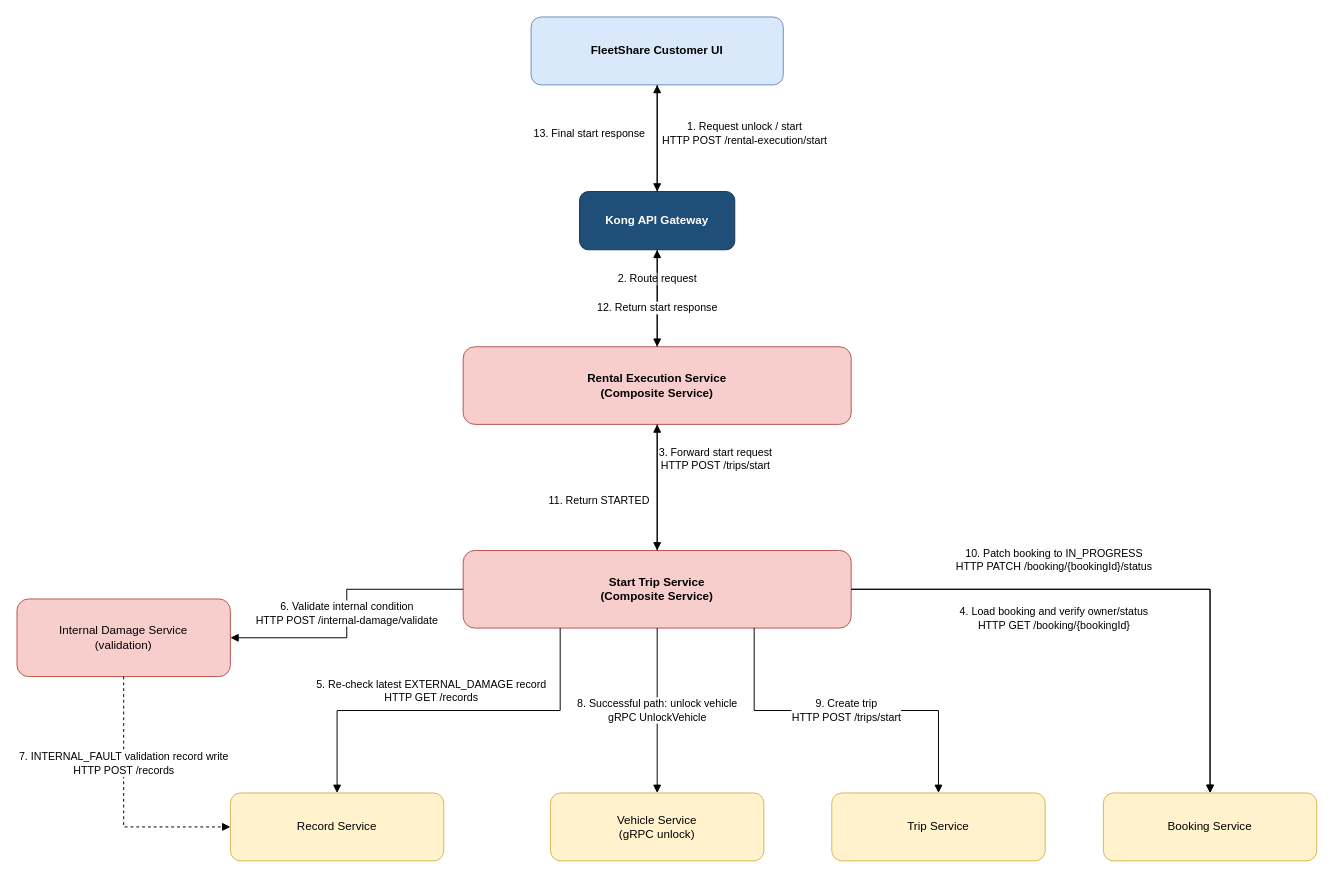
srikartejab/fleetshare keeps this draw.io diagram as docs/report/us2b-start-trip.drawio. Above is the earlier version. Source tidied: cells renumbered, new cells numbered last; positions are measured from the earlier drawing's top-left corner, leaving out a move shared by most shapes. Both pictures are drawn from the tidied source at 97%, with x=0, y=0 at pixel (16, 16).
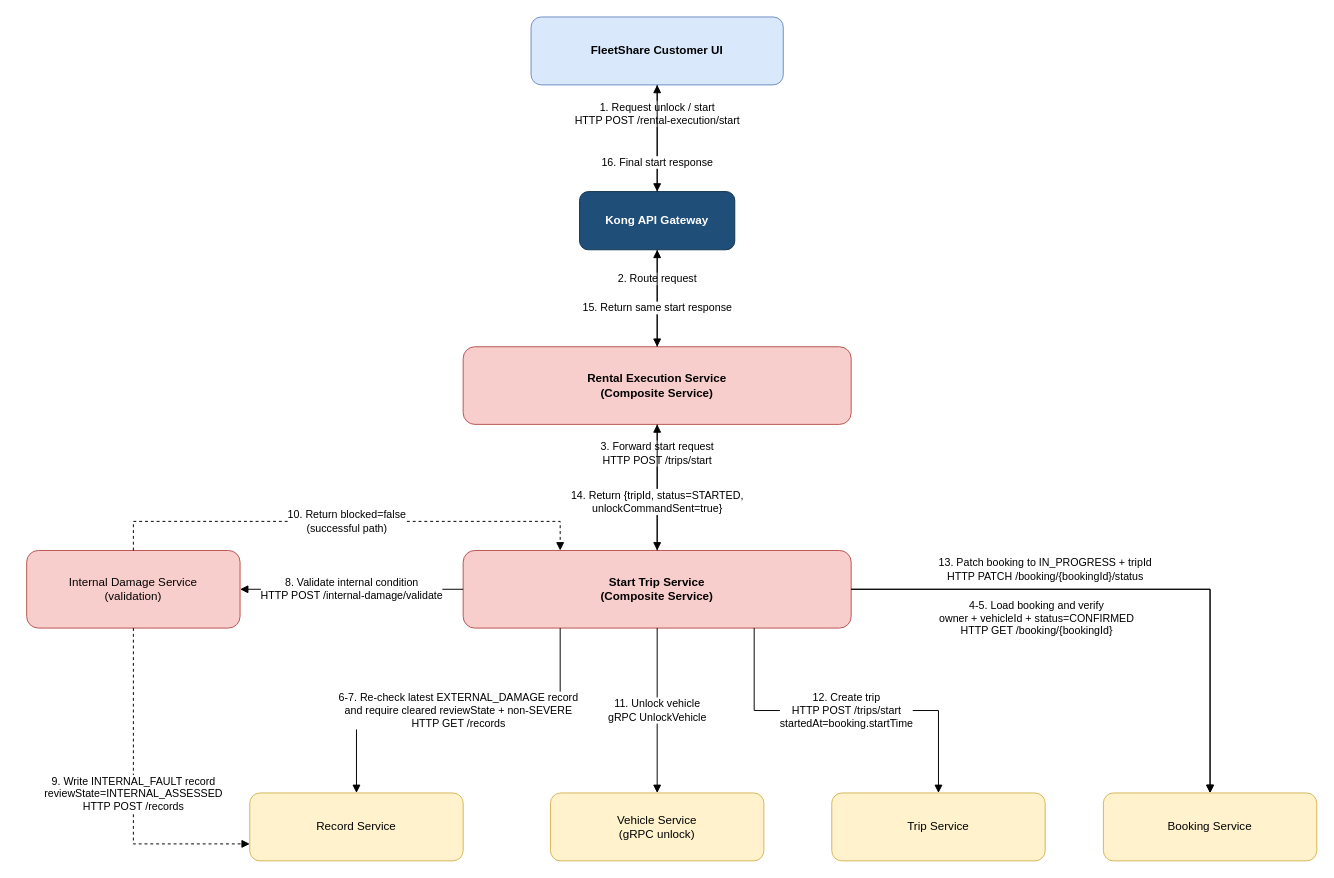
Above is the later version.

Unchanged cells that the change refers to:
```xml
<mxCell id="2" value="FleetShare Customer UI" style="rounded=1;whiteSpace=wrap;html=1;fillColor=#dae8fc;strokeColor=#6c8ebf;fontStyle=1;" parent="1" vertex="1">
  <mxGeometry x="530" width="260" height="70" as="geometry" />
</mxCell>
<mxCell id="3" value="Kong API Gateway" style="rounded=1;whiteSpace=wrap;html=1;fillColor=#1f4e79;strokeColor=#12344d;fontColor=#ffffff;fontStyle=1;" parent="1" vertex="1">
  <mxGeometry x="580" y="180" width="160" height="60" as="geometry" />
</mxCell>
<mxCell id="4" value="Rental Execution Service&#10;(Composite Service)" style="rounded=1;whiteSpace=wrap;html=1;fillColor=#f8cecc;strokeColor=#b85450;fontStyle=1;" parent="1" vertex="1">
  <mxGeometry x="460" y="340" width="400" height="80" as="geometry" />
</mxCell>
<mxCell id="5" value="Start Trip Service&#10;(Composite Service)" style="rounded=1;whiteSpace=wrap;html=1;fillColor=#f8cecc;strokeColor=#b85450;fontStyle=1;" parent="1" vertex="1">
  <mxGeometry x="460" y="550" width="400" height="80" as="geometry" />
</mxCell>
<mxCell id="8" value="Vehicle Service&#10;(gRPC unlock)" style="rounded=1;whiteSpace=wrap;html=1;fillColor=#fff2cc;strokeColor=#d6b656;" parent="1" vertex="1">
  <mxGeometry x="550" y="800" width="220" height="70" as="geometry" />
</mxCell>
<mxCell id="9" value="Trip Service" style="rounded=1;whiteSpace=wrap;html=1;fillColor=#fff2cc;strokeColor=#d6b656;" parent="1" vertex="1">
  <mxGeometry x="840" y="800" width="220" height="70" as="geometry" />
</mxCell>
<mxCell id="10" value="Booking Service" style="rounded=1;whiteSpace=wrap;html=1;fillColor=#fff2cc;strokeColor=#d6b656;" parent="1" vertex="1">
  <mxGeometry x="1120" y="800" width="220" height="70" as="geometry" />
</mxCell>
```

Diff of the diagram source:
```diff
@@
+    <mxCell id="7" value="Internal Damage Service&#10;(validation)" style="rounded=1;whiteSpace=wrap;html=1;fillColor=#f8cecc;strokeColor=#b85450;" parent="1" vertex="1">
+      <mxGeometry x="10" y="550" width="220" height="80" as="geometry" />
+    </mxCell>
     <mxCell id="6" value="Record Service" style="rounded=1;whiteSpace=wrap;html=1;fillColor=#fff2cc;strokeColor=#d6b656;" parent="1" vertex="1">
-      <mxGeometry x="220" y="800" width="220" height="70" as="geometry" />
+      <mxGeometry x="240" y="800" width="220" height="70" as="geometry" />
     </mxCell>
-    <mxCell id="7" value="Internal Damage Service&#10;(validation)" style="rounded=1;whiteSpace=wrap;html=1;fillColor=#f8cecc;strokeColor=#b85450;" parent="1" vertex="1">
-      <mxGeometry y="600" width="220" height="80" as="geometry" />
-    </mxCell>
@@
     <mxCell id="11" value="1. Request unlock / start&#10;HTTP POST /rental-execution/start" style="edgeStyle=orthogonalEdgeStyle;rounded=0;html=1;endArrow=block;endFill=1;" parent="1" edge="1" source="2" target="3">
-      <mxGeometry x="-0.09" y="90" relative="1" as="geometry" />
+      <mxGeometry x="-0.45" relative="1" as="geometry" />
     </mxCell>
@@
     <mxCell id="13" value="3. Forward start request&#10;HTTP POST /trips/start" style="edgeStyle=orthogonalEdgeStyle;rounded=0;html=1;endArrow=block;endFill=1;" parent="1" edge="1" source="4" target="5">
-      <mxGeometry x="-0.44" y="60" relative="1" as="geometry" />
+      <mxGeometry x="-0.54" relative="1" as="geometry" />
     </mxCell>
-    <mxCell id="14" value="4. Load booking and verify owner/status&#10;HTTP GET /booking/{bookingId}" style="edgeStyle=orthogonalEdgeStyle;rounded=0;html=1;endArrow=block;endFill=1;exitX=1;exitY=0.5;exitDx=0;exitDy=0;" parent="1" edge="1" source="5" target="10">
-      <mxGeometry x="-0.28" y="-30" relative="1" as="geometry" />
+    <mxCell id="14" value="4-5. Load booking and verify&#10;owner + vehicleId + status=CONFIRMED&#10;HTTP GET /booking/{bookingId}" style="edgeStyle=orthogonalEdgeStyle;rounded=0;html=1;endArrow=block;endFill=1;exitX=1;exitY=0.5;exitDx=0;exitDy=0;" parent="1" edge="1" source="5" target="10">
+      <mxGeometry x="-0.34" y="-30" relative="1" as="geometry" />
     </mxCell>
-    <mxCell id="15" value="5. Re-check latest EXTERNAL_DAMAGE record&#10;HTTP GET /records" style="edgeStyle=orthogonalEdgeStyle;rounded=0;html=1;endArrow=block;endFill=1;exitX=0.25;exitY=1;exitDx=0;exitDy=0;" parent="1" edge="1" source="5" target="6">
-      <mxGeometry x="0.09" y="-20" relative="1" as="geometry" />
+    <mxCell id="15" value="6-7. Re-check latest EXTERNAL_DAMAGE record&#10;and require cleared reviewState + non-SEVERE&#10;HTTP GET /records" style="edgeStyle=orthogonalEdgeStyle;rounded=0;html=1;endArrow=block;endFill=1;exitX=0.25;exitY=1;exitDx=0;exitDy=0;" parent="1" edge="1" source="5" target="6">
+      <mxGeometry relative="1" as="geometry" />
     </mxCell>
-    <mxCell id="16" value="6. Validate internal condition&#10;HTTP POST /internal-damage/validate" style="edgeStyle=orthogonalEdgeStyle;rounded=0;html=1;endArrow=block;endFill=1;" parent="1" edge="1" source="5" target="7">
+    <mxCell id="16" value="8. Validate internal condition&#10;HTTP POST /internal-damage/validate" style="edgeStyle=orthogonalEdgeStyle;rounded=0;html=1;endArrow=block;endFill=1;" parent="1" edge="1" source="5" target="7">
       <mxGeometry relative="1" as="geometry" />
     </mxCell>
-    <mxCell id="17" value="7. INTERNAL_FAULT validation record write&#10;HTTP POST /records" style="edgeStyle=orthogonalEdgeStyle;rounded=0;html=1;endArrow=block;endFill=1;dashed=1;entryX=0;entryY=0.5;entryDx=0;entryDy=0;" parent="1" edge="1" source="7" target="6">
-      <mxGeometry x="-0.32" relative="1" as="geometry" />
+    <mxCell id="17" value="9. Write INTERNAL_FAULT record&#10;reviewState=INTERNAL_ASSESSED&#10;HTTP POST /records" style="edgeStyle=orthogonalEdgeStyle;rounded=0;html=1;endArrow=block;endFill=1;dashed=1;entryX=0;entryY=0.75;entryDx=0;entryDy=0;exitX=0.5;exitY=1;exitDx=0;exitDy=0;" parent="1" edge="1" source="7" target="6">
+      <mxGeometry relative="1" as="geometry" />
     </mxCell>
-    <mxCell id="18" value="8. Successful path: unlock vehicle&#10;gRPC UnlockVehicle" style="edgeStyle=orthogonalEdgeStyle;rounded=0;html=1;endArrow=block;endFill=1;exitX=0.5;exitY=1;exitDx=0;exitDy=0;" parent="1" edge="1" source="5" target="8">
-      <mxGeometry relative="1" as="geometry" />
+    <mxCell id="18" value="10. Return blocked=false&#10;(successful path)" style="edgeStyle=orthogonalEdgeStyle;rounded=0;html=1;endArrow=block;endFill=1;dashed=1;entryX=0.25;entryY=0;entryDx=0;entryDy=0;exitX=0.5;exitY=0;exitDx=0;exitDy=0;" parent="1" edge="1" source="7" target="5">
+      <mxGeometry relative="1" as="geometry">
+        <Array as="points">
+          <mxPoint x="120" y="520" />
+          <mxPoint x="560" y="520" />
+        </Array>
+      </mxGeometry>
     </mxCell>
-    <mxCell id="19" value="9. Create trip&#10;HTTP POST /trips/start" style="edgeStyle=orthogonalEdgeStyle;rounded=0;html=1;endArrow=block;endFill=1;exitX=0.75;exitY=1;exitDx=0;exitDy=0;" parent="1" edge="1" source="5" target="9">
+    <mxCell id="19" value="11. Unlock vehicle&#10;gRPC UnlockVehicle" style="edgeStyle=orthogonalEdgeStyle;rounded=0;html=1;endArrow=block;endFill=1;" parent="1" edge="1" source="5" target="8">
       <mxGeometry relative="1" as="geometry" />
     </mxCell>
-    <mxCell id="20" value="10. Patch booking to IN_PROGRESS&#10;HTTP PATCH /booking/{bookingId}/status" style="edgeStyle=orthogonalEdgeStyle;rounded=0;html=1;endArrow=block;endFill=1;" parent="1" edge="1" source="5" target="10">
-      <mxGeometry x="-0.28" y="30" relative="1" as="geometry" />
+    <mxCell id="20" value="12. Create trip&#10;HTTP POST /trips/start&#10;startedAt=booking.startTime" style="edgeStyle=orthogonalEdgeStyle;rounded=0;html=1;endArrow=block;endFill=1;exitX=0.75;exitY=1;exitDx=0;exitDy=0;" parent="1" edge="1" source="5" target="9">
+      <mxGeometry relative="1" as="geometry" />
     </mxCell>
-    <mxCell id="21" value="11. Return STARTED" style="edgeStyle=orthogonalEdgeStyle;rounded=0;html=1;endArrow=block;endFill=1;" parent="1" edge="1" source="5" target="4">
-      <mxGeometry x="-0.22" y="60" relative="1" as="geometry" />
+    <mxCell id="21" value="13. Patch booking to IN_PROGRESS + tripId&#10;HTTP PATCH /booking/{bookingId}/status" style="edgeStyle=orthogonalEdgeStyle;rounded=0;html=1;endArrow=block;endFill=1;" parent="1" edge="1" source="5" target="10">
+      <mxGeometry x="-0.31" y="20" relative="1" as="geometry" />
     </mxCell>
-    <mxCell id="22" value="12. Return start response" style="edgeStyle=orthogonalEdgeStyle;rounded=0;html=1;endArrow=block;endFill=1;" parent="1" edge="1" source="4" target="3">
-      <mxGeometry x="-0.2" relative="1" as="geometry">
-        <Array as="points">
-          <mxPoint x="660" y="320" />
-        </Array>
-      </mxGeometry>
+    <mxCell id="22" value="14. Return {tripId, status=STARTED,&#10;unlockCommandSent=true}" style="edgeStyle=orthogonalEdgeStyle;rounded=0;html=1;endArrow=block;endFill=1;" parent="1" edge="1" source="5" target="4">
+      <mxGeometry x="-0.23" relative="1" as="geometry" />
     </mxCell>
-    <mxCell id="23" value="13. Final start response" style="edgeStyle=orthogonalEdgeStyle;rounded=0;html=1;endArrow=block;endFill=1;entryX=0.5;entryY=1;entryDx=0;entryDy=0;" parent="1" edge="1" source="3" target="2">
-      <mxGeometry x="0.09" y="70" relative="1" as="geometry">
-        <Array as="points">
-          <mxPoint x="660" y="100" />
-          <mxPoint x="660" y="100" />
-        </Array>
-      </mxGeometry>
+    <mxCell id="23" value="15. Return same start response" style="edgeStyle=orthogonalEdgeStyle;rounded=0;html=1;endArrow=block;endFill=1;" parent="1" edge="1" source="4" target="3">
+      <mxGeometry x="-0.2" relative="1" as="geometry" />
     </mxCell>
+    <mxCell id="24" value="16. Final start response" style="edgeStyle=orthogonalEdgeStyle;rounded=0;html=1;endArrow=block;endFill=1;" parent="1" edge="1" source="3" target="2">
+      <mxGeometry x="-0.45" relative="1" as="geometry" />
+    </mxCell>
```
